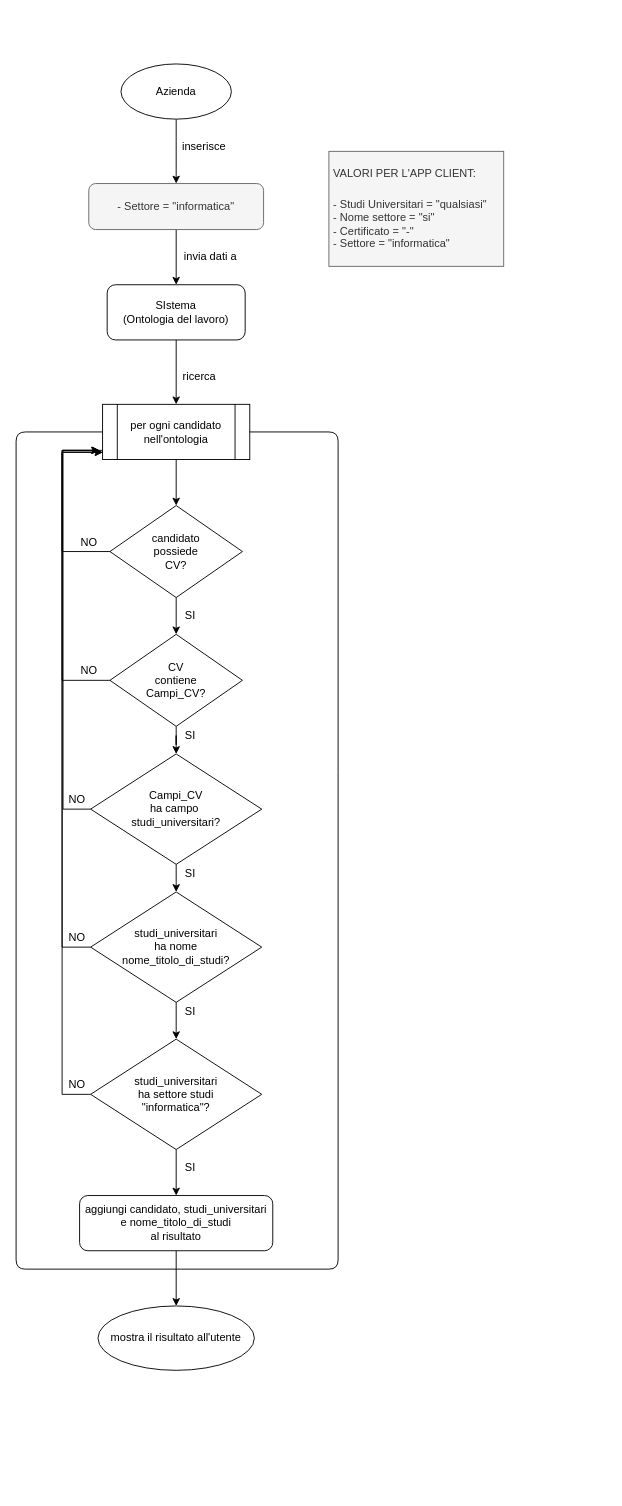
Earlier version of the draw.io diagram flowcharts/azienda/azienda query 4.drawio (salvo1196/ModSemProject). Source tidied: cells renumbered, new cells numbered last; positions are measured from the earlier drawing's top-left corner, leaving out a move shared by most shapes. Both pictures are drawn from the tidied source at 92%, with x=0, y=0 at pixel (16, 63).
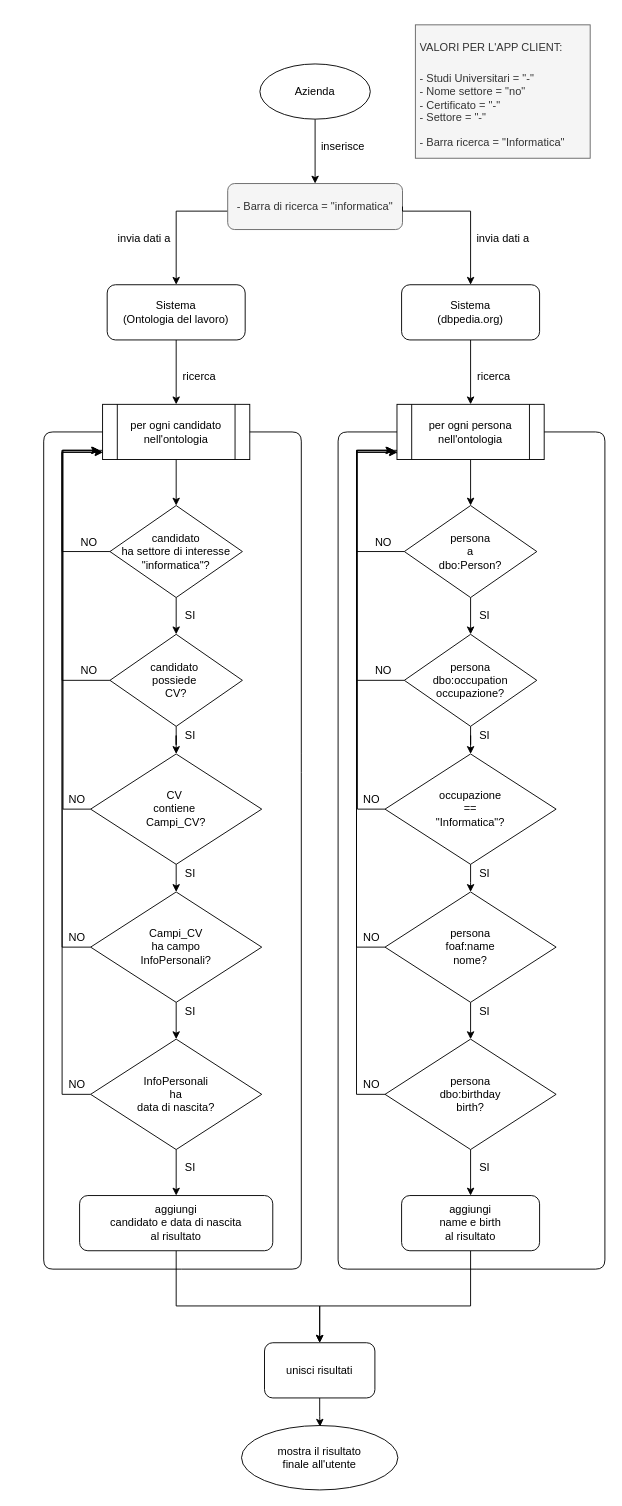
The same page after the edit.

Unchanged cells that the change refers to:
```xml
<mxCell id="15" value="per ogni candidato nell'ontologia" style="shape=process;whiteSpace=wrap;html=1;backgroundOutline=1;" parent="1" vertex="1">
  <mxGeometry x="94" y="370" width="160" height="60" as="geometry" />
</mxCell>
```

The edit, as a diff of the source:
```diff
@@
     <mxCell id="3" value="Azienda" style="ellipse;whiteSpace=wrap;html=1;" parent="1" vertex="1">
-      <mxGeometry x="114" width="120" height="60" as="geometry" />
+      <mxGeometry x="265" width="120" height="60" as="geometry" />
     </mxCell>
     <mxCell id="4" value="inserisce" style="text;html=1;align=center;verticalAlign=middle;" parent="1" vertex="1">
-      <mxGeometry x="174" y="80" width="60" height="20" as="geometry" />
+      <mxGeometry x="325" y="80" width="60" height="20" as="geometry" />
     </mxCell>
     <mxCell id="5" style="edgeStyle=orthogonalEdgeStyle;rounded=0;jettySize=auto;html=1;" parent="1" edge="1" source="6" target="12">
-      <mxGeometry relative="1" as="geometry" />
+      <mxGeometry relative="1" as="geometry">
+        <Array as="points">
+          <mxPoint x="325" y="160" />
+          <mxPoint x="174" y="160" />
+        </Array>
+      </mxGeometry>
     </mxCell>
-    <mxCell id="6" value="- Settore = &quot;informatica&quot;" style="rounded=1;whiteSpace=wrap;html=1;fillColor=#f5f5f5;strokeColor=#666666;fontColor=#333333;" parent="1" vertex="1">
-      <mxGeometry x="79" y="130" width="190" height="50" as="geometry" />
+    <mxCell id="6" value="- Barra di ricerca = &quot;informatica&quot;" style="rounded=1;whiteSpace=wrap;html=1;fillColor=#f5f5f5;strokeColor=#666666;fontColor=#333333;" parent="1" vertex="1">
+      <mxGeometry x="230" y="130" width="190" height="50" as="geometry" />
     </mxCell>
@@
-    <mxCell id="9" value="candidato &lt;br&gt;possiede &lt;br&gt;CV?" style="rhombus;whiteSpace=wrap;html=1;" parent="1" vertex="1">
+    <mxCell id="9" value="candidato&lt;br&gt;ha settore di interesse&lt;br&gt;&quot;informatica&quot;?" style="rhombus;whiteSpace=wrap;html=1;" parent="1" vertex="1">
       <mxGeometry x="102" y="480" width="144" height="100" as="geometry" />
     </mxCell>
     <mxCell id="10" value="invia dati a" style="text;html=1;align=center;verticalAlign=middle;" parent="1" vertex="1">
-      <mxGeometry x="176" y="200" width="70" height="20" as="geometry" />
+      <mxGeometry x="104" y="180" width="70" height="20" as="geometry" />
     </mxCell>
@@
-    <mxCell id="12" value="SIstema&lt;br&gt;(Ontologia del lavoro)" style="rounded=1;whiteSpace=wrap;html=1;" parent="1" vertex="1">
+    <mxCell id="12" value="Sistema&lt;br&gt;(Ontologia del lavoro)" style="rounded=1;whiteSpace=wrap;html=1;" parent="1" vertex="1">
       <mxGeometry x="99" y="240" width="150" height="60" as="geometry" />
     </mxCell>
@@
-    <mxCell id="20" value="&lt;span&gt;CV &lt;br&gt;contiene &lt;br&gt;Campi_CV?&lt;/span&gt;" style="rhombus;whiteSpace=wrap;html=1;" parent="1" vertex="1">
+    <mxCell id="20" value="&lt;span&gt;candidato&amp;nbsp;&lt;/span&gt;&lt;br&gt;&lt;span&gt;possiede&amp;nbsp;&lt;/span&gt;&lt;br&gt;&lt;span&gt;CV?&lt;/span&gt;" style="rhombus;whiteSpace=wrap;html=1;" parent="1" vertex="1">
       <mxGeometry x="102" y="620" width="144" height="100" as="geometry" />
     </mxCell>
@@
-    <mxCell id="25" value="&lt;span&gt;Campi_CV &lt;br&gt;ha campo&amp;nbsp;&lt;br&gt;studi_universitari?&lt;br&gt;&lt;/span&gt;" style="rhombus;whiteSpace=wrap;html=1;" parent="1" vertex="1">
+    <mxCell id="25" value="CV&amp;nbsp;&lt;br&gt;contiene&amp;nbsp;&lt;br&gt;Campi_CV?&lt;span&gt;&lt;br&gt;&lt;/span&gt;" style="rhombus;whiteSpace=wrap;html=1;" parent="1" vertex="1">
       <mxGeometry x="81" y="750" width="186" height="120" as="geometry" />
     </mxCell>
@@
-    <mxCell id="30" value="studi_universitari&lt;br&gt;ha nome&lt;br&gt;nome_titolo_di_studi?&lt;span&gt;&lt;br&gt;&lt;/span&gt;" style="rhombus;whiteSpace=wrap;html=1;" parent="1" vertex="1">
+    <mxCell id="30" value="Campi_CV&lt;br&gt;ha campo&lt;br&gt;InfoPersonali?&lt;span&gt;&lt;br&gt;&lt;/span&gt;" style="rhombus;whiteSpace=wrap;html=1;" parent="1" vertex="1">
       <mxGeometry x="81" y="900" width="186" height="120" as="geometry" />
     </mxCell>
@@
-    <mxCell id="33" style="edgeStyle=orthogonalEdgeStyle;rounded=0;jettySize=auto;html=1;entryX=0.5;entryY=0;entryDx=0;entryDy=0;" parent="1" edge="1" source="34" target="35">
-      <mxGeometry relative="1" as="geometry" />
-    </mxCell>
+    <mxCell id="44" style="edgeStyle=orthogonalEdgeStyle;rounded=0;jettySize=auto;html=1;entryX=0.5;entryY=0;entryDx=0;entryDy=0;" parent="1" edge="1" source="34" target="83">
+      <mxGeometry relative="1" as="geometry">
+        <Array as="points">
+          <mxPoint x="174" y="1350" />
+          <mxPoint x="330" y="1350" />
+        </Array>
+      </mxGeometry>
+    </mxCell>
-    <mxCell id="34" value="aggiungi candidato, studi_universitari &lt;br&gt;e nome_titolo_di_studi&lt;br&gt;al risultato" style="rounded=1;whiteSpace=wrap;html=1;" parent="1" vertex="1">
+    <mxCell id="34" value="aggiungi&lt;br&gt;candidato e data di nascita&lt;br&gt;al risultato" style="rounded=1;whiteSpace=wrap;html=1;" parent="1" vertex="1">
       <mxGeometry x="69" y="1230" width="210" height="60" as="geometry" />
     </mxCell>
-    <mxCell id="35" value="&lt;span&gt;mostra il risultato all'utente&lt;/span&gt;" style="ellipse;whiteSpace=wrap;html=1;" parent="1" vertex="1">
-      <mxGeometry x="89" y="1350" width="170" height="70" as="geometry" />
-    </mxCell>
     <mxCell id="36" style="endArrow=none;html=1;entryX=1;entryY=0.5;entryDx=0;entryDy=0;" parent="1" edge="1" target="15">
       <mxGeometry relative="1" as="geometry">
         <mxPoint x="180" y="1310" as="sourcePoint" />
         <Array as="points">
-          <mxPoint x="350" y="1310" />
-          <mxPoint x="350" y="760" />
-          <mxPoint x="350" y="400" />
+          <mxPoint x="310" y="1310" />
+          <mxPoint x="310" y="760" />
+          <mxPoint x="310" y="400" />
         </Array>
       </mxGeometry>
     </mxCell>
     <mxCell id="37" style="endArrow=none;html=1;entryX=0;entryY=0.5;entryDx=0;entryDy=0;" parent="1" edge="1" target="15">
       <mxGeometry relative="1" as="geometry">
         <mxPoint x="180" y="1310" as="sourcePoint" />
         <Array as="points">
-          <mxPoint y="1310" />
-          <mxPoint y="400" />
+          <mxPoint x="30" y="1310" />
+          <mxPoint x="30" y="400" />
         </Array>
       </mxGeometry>
     </mxCell>
-    <mxCell id="38" value="&lt;h1&gt;&lt;span style=&quot;font-size: 12px ; font-weight: 400 ; text-align: center&quot;&gt;VALORI PER L'APP CLIENT:&lt;/span&gt;&lt;br&gt;&lt;/h1&gt;&lt;p&gt;&lt;span style=&quot;text-align: center&quot;&gt;- Studi Universitari = &quot;qualsiasi&quot;&lt;/span&gt;&lt;br style=&quot;text-align: center&quot;&gt;&lt;span style=&quot;text-align: center&quot;&gt;- Nome settore = &quot;si&quot;&lt;/span&gt;&lt;br style=&quot;text-align: center&quot;&gt;&lt;span style=&quot;text-align: center&quot;&gt;- Certificato = &quot;-&quot;&lt;/span&gt;&lt;br style=&quot;text-align: center&quot;&gt;&lt;span style=&quot;text-align: center&quot;&gt;- Settore = &quot;informatica&quot;&lt;/span&gt;&lt;br&gt;&lt;/p&gt;" style="text;html=1;strokeColor=#666666;fillColor=#f5f5f5;spacing=5;spacingTop=-20;whiteSpace=wrap;overflow=hidden;rounded=0;fontColor=#333333;" parent="1" vertex="1">
-      <mxGeometry x="340" y="95" width="190" height="125" as="geometry" />
+    <mxCell id="38" value="&lt;h1&gt;&lt;span style=&quot;font-size: 12px ; font-weight: 400 ; text-align: center&quot;&gt;VALORI PER L'APP CLIENT:&lt;/span&gt;&lt;br&gt;&lt;/h1&gt;&lt;p&gt;&lt;span style=&quot;text-align: center&quot;&gt;- Studi Universitari = &quot;-&quot;&lt;/span&gt;&lt;br style=&quot;text-align: center&quot;&gt;&lt;span style=&quot;text-align: center&quot;&gt;- Nome settore = &quot;no&quot;&lt;/span&gt;&lt;br style=&quot;text-align: center&quot;&gt;&lt;span style=&quot;text-align: center&quot;&gt;- Certificato = &quot;-&quot;&lt;/span&gt;&lt;br style=&quot;text-align: center&quot;&gt;&lt;span style=&quot;text-align: center&quot;&gt;- Settore = &quot;-&quot;&lt;/span&gt;&lt;br&gt;&lt;/p&gt;&lt;p&gt;&lt;span style=&quot;text-align: center&quot;&gt;- Barra ricerca = &quot;Informatica&quot;&lt;/span&gt;&lt;/p&gt;" style="text;html=1;strokeColor=#666666;fillColor=#f5f5f5;spacing=5;spacingTop=-20;whiteSpace=wrap;overflow=hidden;rounded=0;fontColor=#333333;" parent="1" vertex="1">
+      <mxGeometry x="434" y="-42.5" width="190" height="145" as="geometry" />
     </mxCell>
@@
-    <mxCell id="41" value="studi_universitari&lt;br&gt;ha settore studi&lt;br&gt;&quot;informatica&quot;?&lt;span&gt;&lt;br&gt;&lt;/span&gt;" style="rhombus;whiteSpace=wrap;html=1;" parent="1" vertex="1">
+    <mxCell id="41" value="InfoPersonali&lt;br&gt;ha&lt;br&gt;data di nascita?&lt;span&gt;&lt;br&gt;&lt;/span&gt;" style="rhombus;whiteSpace=wrap;html=1;" parent="1" vertex="1">
       <mxGeometry x="81" y="1060" width="186" height="120" as="geometry" />
     </mxCell>
@@
+    <mxCell id="45" style="edgeStyle=orthogonalEdgeStyle;rounded=0;jettySize=auto;html=1;exitX=1;exitY=0.5;exitDx=0;exitDy=0;" parent="1" edge="1" source="6" target="51">
+      <mxGeometry relative="1" as="geometry">
+        <Array as="points">
+          <mxPoint x="420" y="160" />
+          <mxPoint x="494" y="160" />
+        </Array>
+      </mxGeometry>
+    </mxCell>
+    <mxCell id="46" style="edgeStyle=orthogonalEdgeStyle;rounded=0;jettySize=auto;html=1;entryX=-0.011;entryY=0.876;entryDx=0;entryDy=0;entryPerimeter=0;" parent="1" edge="1" source="48" target="54">
+      <mxGeometry relative="1" as="geometry">
+        <Array as="points">
+          <mxPoint x="370" y="530" />
+          <mxPoint x="370" y="420" />
+          <mxPoint x="414" y="420" />
+          <mxPoint x="414" y="423" />
+        </Array>
+      </mxGeometry>
+    </mxCell>
+    <mxCell id="47" style="edgeStyle=orthogonalEdgeStyle;rounded=0;jettySize=auto;html=1;entryX=0.5;entryY=0;entryDx=0;entryDy=0;" parent="1" edge="1" source="48" target="59">
+      <mxGeometry relative="1" as="geometry" />
+    </mxCell>
+    <mxCell id="48" value="persona&lt;br&gt;a&lt;br&gt;dbo:Person?" style="rhombus;whiteSpace=wrap;html=1;" parent="1" vertex="1">
+      <mxGeometry x="422" y="480" width="144" height="100" as="geometry" />
+    </mxCell>
+    <mxCell id="49" value="invia dati a" style="text;html=1;align=center;verticalAlign=middle;" parent="1" vertex="1">
+      <mxGeometry x="494" y="180" width="70" height="20" as="geometry" />
+    </mxCell>
+    <mxCell id="50" style="edgeStyle=orthogonalEdgeStyle;rounded=0;jettySize=auto;html=1;entryX=0.5;entryY=0;entryDx=0;entryDy=0;" parent="1" edge="1" source="51" target="54">
+      <mxGeometry relative="1" as="geometry" />
+    </mxCell>
+    <mxCell id="51" value="Sistema&lt;br&gt;(dbpedia.org)" style="rounded=1;whiteSpace=wrap;html=1;" parent="1" vertex="1">
+      <mxGeometry x="419" y="240" width="150" height="60" as="geometry" />
+    </mxCell>
+    <mxCell id="52" value="ricerca" style="text;html=1;align=center;verticalAlign=middle;" parent="1" vertex="1">
+      <mxGeometry x="494" y="330" width="50" height="20" as="geometry" />
+    </mxCell>
+    <mxCell id="53" style="edgeStyle=orthogonalEdgeStyle;rounded=0;jettySize=auto;html=1;" parent="1" edge="1" source="54" target="48">
+      <mxGeometry relative="1" as="geometry" />
+    </mxCell>
+    <mxCell id="54" value="per ogni persona nell'ontologia" style="shape=process;whiteSpace=wrap;html=1;backgroundOutline=1;" parent="1" vertex="1">
+      <mxGeometry x="414" y="370" width="160" height="60" as="geometry" />
+    </mxCell>
+    <mxCell id="55" value="NO" style="text;html=1;align=center;verticalAlign=middle;" parent="1" vertex="1">
+      <mxGeometry x="384" y="510" width="30" height="20" as="geometry" />
+    </mxCell>
+    <mxCell id="56" value="SI" style="text;html=1;align=center;verticalAlign=middle;" parent="1" vertex="1">
+      <mxGeometry x="494" y="590" width="30" height="20" as="geometry" />
+    </mxCell>
+    <mxCell id="57" style="edgeStyle=orthogonalEdgeStyle;rounded=0;jettySize=auto;html=1;" parent="1" edge="1" source="59">
+      <mxGeometry relative="1" as="geometry">
+        <mxPoint x="410" y="420" as="targetPoint" />
+        <Array as="points">
+          <mxPoint x="370" y="670" />
+          <mxPoint x="370" y="420" />
+          <mxPoint x="410" y="420" />
+        </Array>
+      </mxGeometry>
+    </mxCell>
+    <mxCell id="58" style="edgeStyle=orthogonalEdgeStyle;rounded=0;jettySize=auto;html=1;entryX=0.5;entryY=0;entryDx=0;entryDy=0;" parent="1" edge="1" source="59" target="64">
+      <mxGeometry relative="1" as="geometry" />
+    </mxCell>
+    <mxCell id="59" value="persona&lt;br&gt;dbo:occupation&lt;br&gt;occupazione?" style="rhombus;whiteSpace=wrap;html=1;" parent="1" vertex="1">
+      <mxGeometry x="422" y="620" width="144" height="100" as="geometry" />
+    </mxCell>
+    <mxCell id="60" value="NO" style="text;html=1;align=center;verticalAlign=middle;" parent="1" vertex="1">
+      <mxGeometry x="384" y="650" width="30" height="20" as="geometry" />
+    </mxCell>
+    <mxCell id="61" value="SI" style="text;html=1;align=center;verticalAlign=middle;" parent="1" vertex="1">
+      <mxGeometry x="494" y="720" width="30" height="20" as="geometry" />
+    </mxCell>
+    <mxCell id="62" value="NO" style="text;html=1;align=center;verticalAlign=middle;" parent="1" vertex="1">
+      <mxGeometry x="371" y="790" width="30" height="20" as="geometry" />
+    </mxCell>
+    <mxCell id="63" style="edgeStyle=orthogonalEdgeStyle;rounded=0;jettySize=auto;html=1;exitX=0;exitY=0.5;exitDx=0;exitDy=0;" parent="1" edge="1" source="64">
+      <mxGeometry relative="1" as="geometry">
+        <mxPoint x="411" y="420" as="targetPoint" />
+        <Array as="points">
+          <mxPoint x="371" y="810" />
+          <mxPoint x="371" y="420" />
+        </Array>
+      </mxGeometry>
+    </mxCell>
+    <mxCell id="64" value="&lt;span&gt;occupazione&lt;br&gt;==&lt;br&gt;&quot;Informatica&quot;?&lt;br&gt;&lt;/span&gt;" style="rhombus;whiteSpace=wrap;html=1;" parent="1" vertex="1">
+      <mxGeometry x="401" y="750" width="186" height="120" as="geometry" />
+    </mxCell>
+    <mxCell id="65" style="edgeStyle=orthogonalEdgeStyle;rounded=0;jettySize=auto;html=1;entryX=0.5;entryY=0;entryDx=0;entryDy=0;" parent="1" edge="1" source="64">
+      <mxGeometry relative="1" as="geometry">
+        <mxPoint x="494" y="900" as="targetPoint" />
+      </mxGeometry>
+    </mxCell>
+    <mxCell id="66" value="SI" style="text;html=1;align=center;verticalAlign=middle;" parent="1" vertex="1">
+      <mxGeometry x="494" y="870" width="30" height="20" as="geometry" />
+    </mxCell>
+    <mxCell id="67" style="edgeStyle=orthogonalEdgeStyle;rounded=0;jettySize=auto;html=1;entryX=-0.001;entryY=0.863;entryDx=0;entryDy=0;entryPerimeter=0;exitX=0;exitY=0.5;exitDx=0;exitDy=0;" parent="1" edge="1" source="69" target="54">
+      <mxGeometry relative="1" as="geometry">
+        <Array as="points">
+          <mxPoint x="370" y="960" />
+          <mxPoint x="370" y="422" />
+        </Array>
+      </mxGeometry>
+    </mxCell>
+    <mxCell id="68" style="edgeStyle=orthogonalEdgeStyle;rounded=0;jettySize=auto;html=1;entryX=0.5;entryY=0;entryDx=0;entryDy=0;" parent="1" edge="1" source="69" target="79">
+      <mxGeometry relative="1" as="geometry" />
+    </mxCell>
+    <mxCell id="69" value="&lt;span&gt;persona&lt;br&gt;foaf:name&lt;br&gt;nome?&lt;br&gt;&lt;/span&gt;" style="rhombus;whiteSpace=wrap;html=1;" parent="1" vertex="1">
+      <mxGeometry x="401" y="900" width="186" height="120" as="geometry" />
+    </mxCell>
+    <mxCell id="70" value="SI" style="text;html=1;align=center;verticalAlign=middle;" parent="1" vertex="1">
+      <mxGeometry x="494" y="1020" width="30" height="20" as="geometry" />
+    </mxCell>
+    <mxCell id="71" value="NO" style="text;html=1;align=center;verticalAlign=middle;" parent="1" vertex="1">
+      <mxGeometry x="371" y="940" width="30" height="20" as="geometry" />
+    </mxCell>
+    <mxCell id="72" style="edgeStyle=orthogonalEdgeStyle;rounded=0;jettySize=auto;html=1;entryX=0.5;entryY=0;entryDx=0;entryDy=0;" parent="1" edge="1" source="73" target="83">
+      <mxGeometry relative="1" as="geometry">
+        <Array as="points">
+          <mxPoint x="494" y="1350" />
+          <mxPoint x="330" y="1350" />
+        </Array>
+      </mxGeometry>
+    </mxCell>
+    <mxCell id="73" value="aggiungi&lt;br&gt;name e birth&lt;br&gt;al risultato" style="rounded=1;whiteSpace=wrap;html=1;" parent="1" vertex="1">
+      <mxGeometry x="419" y="1230" width="150" height="60" as="geometry" />
+    </mxCell>
+    <mxCell id="74" value="&lt;span&gt;mostra il risultato&lt;br&gt;finale all'utente&lt;/span&gt;" style="ellipse;whiteSpace=wrap;html=1;" parent="1" vertex="1">
+      <mxGeometry x="245" y="1480" width="170" height="70" as="geometry" />
+    </mxCell>
+    <mxCell id="75" style="endArrow=none;html=1;entryX=1;entryY=0.5;entryDx=0;entryDy=0;" parent="1" edge="1" target="54">
+      <mxGeometry relative="1" as="geometry">
+        <mxPoint x="500" y="1310" as="sourcePoint" />
+        <Array as="points">
+          <mxPoint x="640" y="1310" />
+          <mxPoint x="640" y="400" />
+        </Array>
+      </mxGeometry>
+    </mxCell>
+    <mxCell id="76" style="endArrow=none;html=1;entryX=0;entryY=0.5;entryDx=0;entryDy=0;" parent="1" edge="1" target="54">
+      <mxGeometry relative="1" as="geometry">
+        <mxPoint x="500" y="1310" as="sourcePoint" />
+        <Array as="points">
+          <mxPoint x="350" y="1310" />
+          <mxPoint x="350" y="400" />
+        </Array>
+      </mxGeometry>
+    </mxCell>
+    <mxCell id="77" style="edgeStyle=orthogonalEdgeStyle;rounded=0;jettySize=auto;html=1;entryX=0.001;entryY=0.872;entryDx=0;entryDy=0;entryPerimeter=0;" parent="1" edge="1" source="79" target="54">
+      <mxGeometry relative="1" as="geometry">
+        <Array as="points">
+          <mxPoint x="370" y="1120" />
+          <mxPoint x="370" y="422" />
+        </Array>
+      </mxGeometry>
+    </mxCell>
+    <mxCell id="78" style="edgeStyle=orthogonalEdgeStyle;rounded=0;jettySize=auto;html=1;entryX=0.5;entryY=0;entryDx=0;entryDy=0;" parent="1" edge="1" source="79" target="73">
+      <mxGeometry relative="1" as="geometry" />
+    </mxCell>
+    <mxCell id="79" value="&lt;span&gt;persona&lt;br&gt;dbo:birthday&lt;br&gt;birth?&lt;br&gt;&lt;/span&gt;" style="rhombus;whiteSpace=wrap;html=1;" parent="1" vertex="1">
+      <mxGeometry x="401" y="1060" width="186" height="120" as="geometry" />
+    </mxCell>
+    <mxCell id="80" value="NO" style="text;html=1;align=center;verticalAlign=middle;" parent="1" vertex="1">
+      <mxGeometry x="371" y="1100" width="30" height="20" as="geometry" />
+    </mxCell>
+    <mxCell id="81" value="SI" style="text;html=1;align=center;verticalAlign=middle;" parent="1" vertex="1">
+      <mxGeometry x="494" y="1190" width="30" height="20" as="geometry" />
+    </mxCell>
+    <mxCell id="82" style="edgeStyle=orthogonalEdgeStyle;rounded=0;jettySize=auto;html=1;entryX=0.502;entryY=0.018;entryDx=0;entryDy=0;entryPerimeter=0;" parent="1" edge="1" source="83" target="74">
+      <mxGeometry relative="1" as="geometry" />
+    </mxCell>
+    <mxCell id="83" value="unisci risultati" style="rounded=1;whiteSpace=wrap;html=1;" parent="1" vertex="1">
+      <mxGeometry x="270" y="1390" width="120" height="60" as="geometry" />
+    </mxCell>
```
